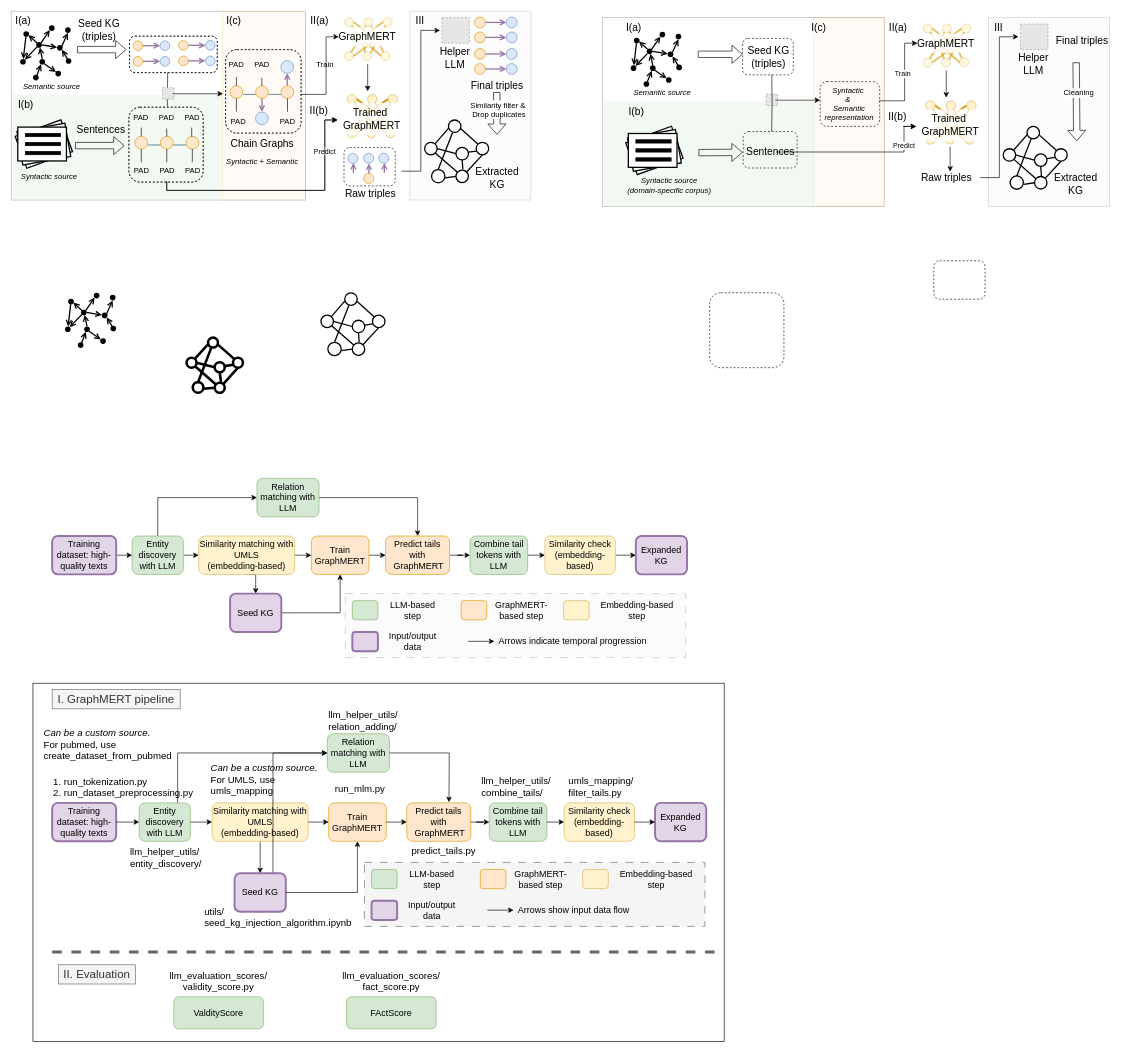
Before: page "methodology" (4 of 6) of presentations/pipeline.drawio in across-stars/draw.io, a draw.io diagram. Source tidied: cells renumbered, new cells numbered last; positions are measured from the earlier drawing's top-left corner, leaving out a move shared by most shapes. Both pictures are drawn from the tidied source at 64%, with x=0, y=0 at pixel (11, 11). Pictures stored in the file or linked from it are replaced by grey dashed boxes.
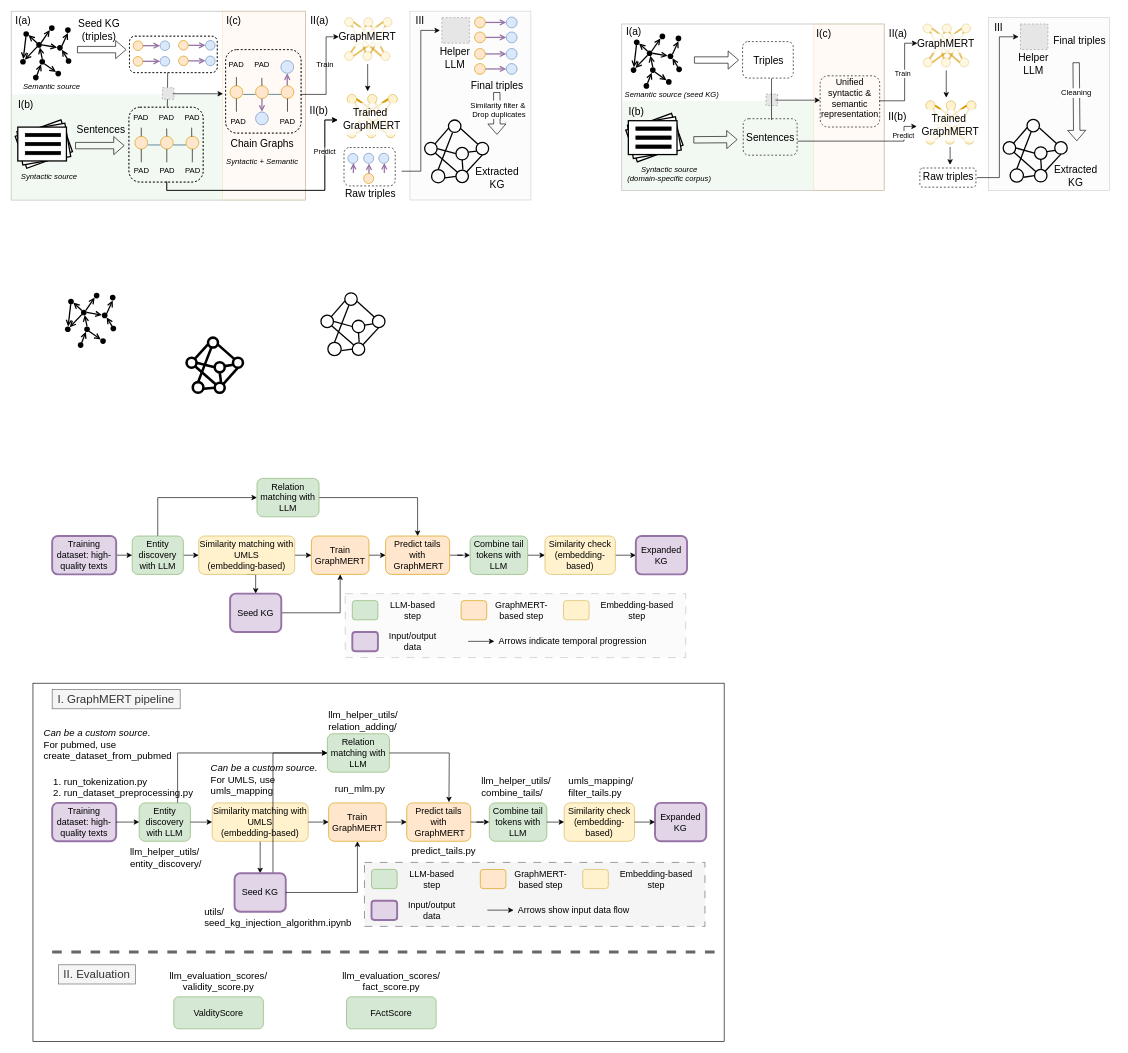
The same page after the edit.

The change refers to these unchanged cells:
```xml
<mxCell id="173" style="shape=flexArrow;endArrow=classic;html=1;rounded=0;endWidth=17.24137931034483;endSize=5.103448275862069;" parent="1" edge="1">
  <mxGeometry relative="1" as="geometry">
    <mxPoint x="1664" y="80" as="sourcePoint" />
    <mxPoint x="1665" y="203" as="targetPoint" />
  </mxGeometry>
</mxCell>
```

Change to the diagram source:
```diff
@@
     <mxCell id="67" style="rounded=0;whiteSpace=wrap;html=1;fontFamily=Helvetica;fontSize=11;fontColor=default;labelBackgroundColor=default;fillColor=none;opacity=30;" parent="1" vertex="1">
-      <mxGeometry x="924" y="10" width="440" height="295.1" as="geometry" />
+      <mxGeometry x="954" y="20" width="410" height="260" as="geometry" />
     </mxCell>
     <mxCell id="68" style="rounded=0;whiteSpace=wrap;html=1;fontFamily=Helvetica;fontSize=11;fontColor=#333333;labelBackgroundColor=default;fillColor=#f5f5f5;opacity=30;strokeColor=#666666;" parent="1" vertex="1">
-      <mxGeometry x="1527" y="10" width="189" height="295" as="geometry" />
+      <mxGeometry x="1527" y="10" width="189" height="270" as="geometry" />
     </mxCell>
     <mxCell id="69" style="rounded=0;whiteSpace=wrap;html=1;fontFamily=Helvetica;fontSize=11;labelBackgroundColor=default;fillColor=#d5e8d4;strokeColor=none;opacity=30;" parent="1" vertex="1">
-      <mxGeometry x="924" y="140" width="330" height="165.1" as="geometry" />
+      <mxGeometry x="954" y="140" width="300" height="140" as="geometry" />
     </mxCell>
     <mxCell id="70" style="rounded=0;whiteSpace=wrap;html=1;fontFamily=Helvetica;fontSize=11;labelBackgroundColor=default;fillColor=#ffe6cc;strokeColor=#d79b00;opacity=20;" parent="1" vertex="1">
-      <mxGeometry x="1254" y="10" width="110" height="295" as="geometry" />
+      <mxGeometry x="1254" y="20" width="110" height="260" as="geometry" />
     </mxCell>
     <mxCell id="71" style="rounded=1;whiteSpace=wrap;html=1;fillColor=none;dashed=1;" parent="1" vertex="1">
-      <mxGeometry x="1264" y="110" width="93" height="70" as="geometry" />
+      <mxGeometry x="1264" y="101" width="93" height="80" as="geometry" />
     </mxCell>
-    <mxCell id="72" style="rounded=1;whiteSpace=wrap;html=1;fillColor=none;dashed=1;" parent="1" vertex="1">
-      <mxGeometry x="1091.3" y="440" width="116.1" height="117" as="geometry" />
-    </mxCell>
     <mxCell id="73" style="rounded=1;whiteSpace=wrap;html=1;fillColor=none;dashed=1;" parent="1" vertex="1">
-      <mxGeometry x="1441.6" y="390" width="80" height="60" as="geometry" />
+      <mxGeometry x="1419.8" y="245" width="87.6" height="30" as="geometry" />
     </mxCell>
-    <mxCell id="74" value="I(a)" style="text;html=1;align=center;verticalAlign=middle;whiteSpace=wrap;rounded=0;fontSize=16;" parent="1" vertex="1">
-      <mxGeometry x="958" y="10" width="30" height="30" as="geometry" />
-    </mxCell>
-    <mxCell id="75" style="group;" parent="1" vertex="1">
-      <mxGeometry x="1240" y="100" width="132" height="190" as="geometry" />
-    </mxCell>
-    <mxCell id="76" value="&lt;font style=&quot;font-size: 12px;&quot;&gt;&lt;i&gt;Syntactic&amp;nbsp;&lt;/i&gt;&lt;/font&gt;&lt;div&gt;&lt;font style=&quot;font-size: 12px;&quot;&gt;&lt;i&gt;&amp;amp;&amp;nbsp;&lt;/i&gt;&lt;/font&gt;&lt;div&gt;&lt;font style=&quot;font-size: 12px;&quot;&gt;&lt;i&gt;Semantic&lt;/i&gt;&lt;/font&gt;&lt;/div&gt;&lt;/div&gt;&lt;div&gt;&lt;font style=&quot;font-size: 12px;&quot;&gt;&lt;i&gt;representation&lt;/i&gt;&lt;/font&gt;&lt;/div&gt;" style="text;html=1;align=center;verticalAlign=middle;strokeColor=none;fillColor=none;fontFamily=Helvetica;fontSize=11;fontColor=default;labelBackgroundColor=none;" parent="75" vertex="1">
-      <mxGeometry x="18.9" y="10.2" width="100" height="70" as="geometry" />
-    </mxCell>
@@
     <mxCell id="123" style="group;" parent="1" vertex="1">
-      <mxGeometry x="968" y="32" width="104.5" height="138" as="geometry" />
+      <mxGeometry x="968" y="35" width="133.5" height="138" as="geometry" />
     </mxCell>
@@
-    <mxCell id="144" value="&lt;font style=&quot;font-size: 12px;&quot;&gt;&lt;i&gt;Semantic source&lt;/i&gt;&lt;/font&gt;" style="text;html=1;align=center;verticalAlign=middle;strokeColor=none;fillColor=none;fontFamily=Helvetica;fontSize=11;fontColor=default;labelBackgroundColor=none;" parent="123" vertex="1">
-      <mxGeometry x="-6.5" y="81" width="110" height="30" as="geometry" />
+    <mxCell id="144" value="&lt;font style=&quot;font-size: 12px;&quot;&gt;&lt;i&gt;Semantic source (seed KG)&lt;/i&gt;&lt;/font&gt;" style="text;html=1;align=center;verticalAlign=middle;strokeColor=none;fillColor=none;fontFamily=Helvetica;fontSize=11;fontColor=default;labelBackgroundColor=none;" parent="123" vertex="1">
+      <mxGeometry x="-21.5" y="80" width="170" height="30" as="geometry" />
     </mxCell>
-    <mxCell id="145" value="I(b)" style="text;html=1;align=center;verticalAlign=middle;whiteSpace=wrap;rounded=0;fontSize=16;" parent="123" vertex="1">
-      <mxGeometry x="-6" y="109" width="30" height="30" as="geometry" />
-    </mxCell>
@@
     <mxCell id="148" value="&lt;font style=&quot;font-size: 12px;&quot;&gt;&lt;i&gt;Syntactic source&lt;/i&gt;&lt;/font&gt;&lt;div&gt;&lt;font style=&quot;font-size: 12px;&quot;&gt;&lt;i&gt;(domain-specific corpus)&lt;/i&gt;&lt;/font&gt;&lt;/div&gt;" style="text;html=1;align=center;verticalAlign=middle;strokeColor=none;fillColor=none;fontFamily=Helvetica;fontSize=11;fontColor=default;labelBackgroundColor=none;" parent="1" vertex="1">
-      <mxGeometry x="953" y="252.1" width="150" height="40" as="geometry" />
+      <mxGeometry x="953" y="234.1" width="150" height="40" as="geometry" />
     </mxCell>
-    <mxCell id="149" style="group;" parent="1" vertex="1">
-      <mxGeometry x="1430" y="232" width="64" height="48" as="geometry" />
-    </mxCell>
@@
     <mxCell id="151" style="group;" parent="1" vertex="1">
-      <mxGeometry x="1550" y="180" width="100" height="100" as="geometry" />
+      <mxGeometry x="1550" y="169" width="100" height="100" as="geometry" />
     </mxCell>
@@
     <mxCell id="167" style="endArrow=classic;html=1;rounded=0;" parent="1" edge="1">
       <mxGeometry relative="1" as="geometry">
-        <mxPoint x="1394" y="180" as="sourcePoint" />
-        <mxPoint x="1414" y="180" as="targetPoint" />
+        <mxPoint x="1395" y="180" as="sourcePoint" />
+        <mxPoint x="1415" y="180" as="targetPoint" />
         <Array as="points">
-          <mxPoint x="1404" y="180" />
+          <mxPoint x="1405" y="180" />
         </Array>
       </mxGeometry>
     </mxCell>
     <mxCell id="168" style="shape=flexArrow;endArrow=classic;html=1;rounded=0;endWidth=17.24137931034483;endSize=5.103448275862069;" parent="1" edge="1">
       <mxGeometry relative="1" as="geometry">
-        <mxPoint x="1073" y="67.3" as="sourcePoint" />
-        <mxPoint x="1143" y="67.3" as="targetPoint" />
+        <mxPoint x="1067" y="76.3" as="sourcePoint" />
+        <mxPoint x="1137" y="76.3" as="targetPoint" />
       </mxGeometry>
     </mxCell>
-    <mxCell id="169" style="shape=flexArrow;endArrow=classic;html=1;rounded=0;endWidth=17.24137931034483;endSize=5.103448275862069;entryX=-0.012;entryY=0.571;entryDx=0;entryDy=0;entryPerimeter=0;" parent="1" edge="1" target="382">
+    <mxCell id="169" style="shape=flexArrow;endArrow=classic;html=1;rounded=0;endWidth=17.24137931034483;endSize=5.103448275862069;entryX=-0.012;entryY=0.571;entryDx=0;entryDy=0;entryPerimeter=0;" parent="1" edge="1">
       <mxGeometry relative="1" as="geometry">
-        <mxPoint x="1074" y="221" as="sourcePoint" />
+        <mxPoint x="1066" y="201" as="sourcePoint" />
+        <mxPoint x="1134.8" y="200.5" as="targetPoint" />
       </mxGeometry>
     </mxCell>
@@
     <mxCell id="172" value="&lt;font style=&quot;font-size: 16px;&quot;&gt;Final triples&lt;/font&gt;" style="text;html=1;align=center;verticalAlign=middle;strokeColor=none;fillColor=none;fontFamily=Helvetica;fontSize=11;fontColor=default;labelBackgroundColor=none;opacity=80;" parent="1" vertex="1">
-      <mxGeometry x="1618" y="30" width="110" height="30" as="geometry" />
+      <mxGeometry x="1614" y="30" width="110" height="30" as="geometry" />
     </mxCell>
@@
     <mxCell id="174" value="&lt;span style=&quot;font-size: 12px;&quot;&gt;Cleaning&lt;/span&gt;" style="edgeLabel;html=1;align=center;verticalAlign=middle;" parent="173" vertex="1">
       <mxGeometry x="-0.27" y="3" relative="1" as="geometry">
-        <mxPoint y="3" as="offset" />
+        <mxPoint x="-4" y="3" as="offset" />
       </mxGeometry>
     </mxCell>
-    <mxCell id="175" value="I(c)" style="text;html=1;align=center;verticalAlign=middle;whiteSpace=wrap;rounded=0;fontSize=16;" parent="1" vertex="1">
-      <mxGeometry x="1247" y="10" width="30" height="30" as="geometry" />
-    </mxCell>
     <mxCell id="176" value="II(a)" style="text;html=1;align=center;verticalAlign=middle;whiteSpace=wrap;rounded=0;fontSize=16;" parent="1" vertex="1">
-      <mxGeometry x="1371" y="10" width="30" height="30" as="geometry" />
+      <mxGeometry x="1371" y="20" width="30" height="30" as="geometry" />
     </mxCell>
@@
     <mxCell id="179" value="&lt;font style=&quot;font-size: 16px;&quot;&gt;Extracted&lt;/font&gt;&lt;div&gt;&lt;font style=&quot;font-size: 16px;&quot;&gt;KG&lt;/font&gt;&lt;/div&gt;" style="text;html=1;align=center;verticalAlign=middle;strokeColor=none;fillColor=none;fontFamily=Helvetica;fontSize=11;fontColor=default;labelBackgroundColor=none;opacity=80;" parent="1" vertex="1">
-      <mxGeometry x="1618" y="245" width="90" height="50" as="geometry" />
+      <mxGeometry x="1618" y="232" width="90" height="50" as="geometry" />
     </mxCell>
     <mxCell id="180" style="group;" parent="1" vertex="1">
-      <mxGeometry x="960" y="180" width="90" height="75.1" as="geometry" />
+      <mxGeometry x="960" y="160" width="90" height="75.1" as="geometry" />
     </mxCell>
@@
     <mxCell id="187" value="&lt;font style=&quot;font-size: 16px;&quot;&gt;Raw triples&lt;/font&gt;" style="text;html=1;align=center;verticalAlign=middle;strokeColor=none;fillColor=none;fontFamily=Helvetica;fontSize=11;fontColor=default;labelBackgroundColor=none;opacity=80;" parent="1" vertex="1">
-      <mxGeometry x="1410.5" y="245" width="100" height="30" as="geometry" />
+      <mxGeometry x="1413.5" y="244" width="100" height="30" as="geometry" />
     </mxCell>
-    <mxCell id="188" style="edgeStyle=orthogonalEdgeStyle;rounded=0;orthogonalLoop=1;jettySize=auto;html=1;entryX=0.567;entryY=0.122;entryDx=0;entryDy=0;entryPerimeter=0;" parent="1" edge="1">
+    <mxCell id="188" style="edgeStyle=orthogonalEdgeStyle;rounded=0;orthogonalLoop=1;jettySize=auto;html=1;" parent="1" edge="1">
       <mxGeometry relative="1" as="geometry">
         <mxPoint x="1467" y="212" as="sourcePoint" />
-        <mxPoint x="1467.2" y="250.7" as="targetPoint" />
+        <mxPoint x="1467" y="240" as="targetPoint" />
       </mxGeometry>
     </mxCell>
+    <mxCell id="422" style="endArrow=none;html=1;rounded=0;edgeStyle=elbowEdgeStyle;elbow=vertical;endFill=0;" parent="1" edge="1">
+      <mxGeometry relative="1" as="geometry">
+        <mxPoint x="1228.5" y="203" as="sourcePoint" />
+        <mxPoint x="1395" y="180" as="targetPoint" />
+        <Array as="points">
+          <mxPoint x="1394.5" y="203" />
+        </Array>
+      </mxGeometry>
+    </mxCell>
+    <mxCell id="423" value="Predict" style="edgeLabel;html=1;align=center;verticalAlign=middle;" parent="422" vertex="1">
+      <mxGeometry x="0.74" y="1" relative="1" as="geometry">
+        <mxPoint y="-9" as="offset" />
+      </mxGeometry>
+    </mxCell>
@@
     <mxCell id="382" style="rounded=1;whiteSpace=wrap;html=1;fillColor=none;dashed=1;" parent="189" vertex="1">
-      <mxGeometry x="1143.8" y="188" width="84.2" height="57" as="geometry" />
+      <mxGeometry x="1143.8" y="168" width="84.2" height="57" as="geometry" />
     </mxCell>
     <mxCell id="383" style="rounded=1;whiteSpace=wrap;html=1;fillColor=none;dashed=1;" parent="189" vertex="1">
-      <mxGeometry x="1142.8" y="42.5" width="79.2" height="57" as="geometry" />
+      <mxGeometry x="1142.8" y="47.5" width="79.2" height="57" as="geometry" />
     </mxCell>
@@
-    <mxCell id="422" style="endArrow=none;html=1;rounded=0;edgeStyle=elbowEdgeStyle;elbow=vertical;endFill=0;" parent="384" edge="1">
-      <mxGeometry relative="1" as="geometry">
-        <mxPoint x="1195" y="220" as="sourcePoint" />
-        <mxPoint x="1395" y="180" as="targetPoint" />
-        <Array as="points">
-          <mxPoint x="1395" y="220" />
-        </Array>
-      </mxGeometry>
-    </mxCell>
-    <mxCell id="423" value="Predict" style="edgeLabel;html=1;align=center;verticalAlign=middle;" parent="422" vertex="1">
-      <mxGeometry x="0.74" y="1" relative="1" as="geometry">
-        <mxPoint y="-2" as="offset" />
-      </mxGeometry>
-    </mxCell>
@@
-    <mxCell id="425" style="endArrow=classic;html=1;rounded=0;" parent="384" edge="1">
-      <mxGeometry relative="1" as="geometry">
-        <mxPoint x="1394" y="180" as="sourcePoint" />
-        <mxPoint x="1414" y="180" as="targetPoint" />
-      </mxGeometry>
-    </mxCell>
@@
     <mxCell id="427" style="endArrow=classic;html=1;rounded=0;edgeStyle=orthogonalEdgeStyle;" parent="384" edge="1">
       <mxGeometry relative="1" as="geometry">
-        <mxPoint x="1514" y="260" as="sourcePoint" />
+        <mxPoint x="1509" y="260" as="sourcePoint" />
         <mxPoint x="1574" y="40" as="targetPoint" />
         <Array as="points">
           <mxPoint x="1544" y="260" />
           <mxPoint x="1544" y="40" />
         </Array>
       </mxGeometry>
     </mxCell>
-    <mxCell id="428" style="edgeStyle=orthogonalEdgeStyle;rounded=0;orthogonalLoop=1;jettySize=auto;html=1;entryX=0.728;entryY=0.303;entryDx=0;entryDy=0;entryPerimeter=0;endArrow=none;endFill=0;" parent="384" edge="1">
+    <mxCell id="428" style="edgeStyle=orthogonalEdgeStyle;rounded=0;orthogonalLoop=1;jettySize=auto;html=1;endArrow=none;endFill=0;" parent="384" edge="1">
       <mxGeometry relative="1" as="geometry">
-        <mxPoint x="1188.4" y="99" as="sourcePoint" />
-        <mxPoint x="1188.2" y="188" as="targetPoint" />
+        <mxPoint x="1188" y="105" as="sourcePoint" />
+        <mxPoint x="1188" y="170" as="targetPoint" />
       </mxGeometry>
     </mxCell>
@@
     <mxCell id="484" value="&lt;font style=&quot;font-size: 16px;&quot;&gt;Sentences&lt;/font&gt;" style="text;html=1;align=center;verticalAlign=middle;strokeColor=none;fillColor=none;fontFamily=Helvetica;fontSize=11;fontColor=default;labelBackgroundColor=none;" parent="429" vertex="1">
-      <mxGeometry x="1136.4" y="204" width="100" height="30" as="geometry" />
+      <mxGeometry x="1136.4" y="183" width="100" height="30" as="geometry" />
     </mxCell>
-    <mxCell id="485" value="&lt;font style=&quot;font-size: 16px;&quot;&gt;Seed KG&lt;/font&gt;&lt;div&gt;&lt;font style=&quot;font-size: 16px;&quot;&gt;(triples)&lt;/font&gt;&lt;/div&gt;" style="text;html=1;align=center;verticalAlign=middle;strokeColor=none;fillColor=none;fontFamily=Helvetica;fontSize=11;fontColor=default;labelBackgroundColor=none;" parent="429" vertex="1">
-      <mxGeometry x="1138.4" y="46" width="90" height="50" as="geometry" />
+    <mxCell id="485" value="&lt;span style=&quot;font-size: 16px;&quot;&gt;Triples&lt;/span&gt;" style="text;html=1;align=center;verticalAlign=middle;strokeColor=none;fillColor=none;fontFamily=Helvetica;fontSize=11;fontColor=default;labelBackgroundColor=none;" parent="429" vertex="1">
+      <mxGeometry x="1148.4" y="62" width="70" height="30" as="geometry" />
     </mxCell>
@@
+    <mxCell id="76" value="&lt;div&gt;&lt;font style=&quot;font-size: 14px;&quot;&gt;Unified&lt;/font&gt;&lt;/div&gt;&lt;font style=&quot;font-size: 14px;&quot;&gt;syntactic &amp;amp;&lt;/font&gt;&lt;div&gt;&lt;div&gt;&lt;font style=&quot;font-size: 14px;&quot;&gt;semantic&lt;/font&gt;&lt;/div&gt;&lt;/div&gt;&lt;div&gt;&lt;font style=&quot;font-size: 14px;&quot;&gt;representation&lt;/font&gt;&lt;/div&gt;" style="text;html=1;align=center;verticalAlign=middle;strokeColor=none;fillColor=none;fontFamily=Helvetica;fontSize=11;fontColor=default;labelBackgroundColor=none;" parent="429" vertex="1">
+      <mxGeometry x="1255" y="95.5" width="110" height="80" as="geometry" />
+    </mxCell>
+    <mxCell id="145" value="I(b)" style="text;html=1;align=center;verticalAlign=middle;whiteSpace=wrap;rounded=0;fontSize=16;" parent="429" vertex="1">
+      <mxGeometry x="962" y="141" width="30" height="30" as="geometry" />
+    </mxCell>
+    <mxCell id="74" value="I(a)" style="text;html=1;align=center;verticalAlign=middle;whiteSpace=wrap;rounded=0;fontSize=16;" parent="429" vertex="1">
+      <mxGeometry x="958" y="17" width="30" height="30" as="geometry" />
+    </mxCell>
+    <mxCell id="175" value="I(c)" style="text;html=1;align=center;verticalAlign=middle;whiteSpace=wrap;rounded=0;fontSize=16;" parent="429" vertex="1">
+      <mxGeometry x="1255" y="20" width="30" height="30" as="geometry" />
+    </mxCell>
```
